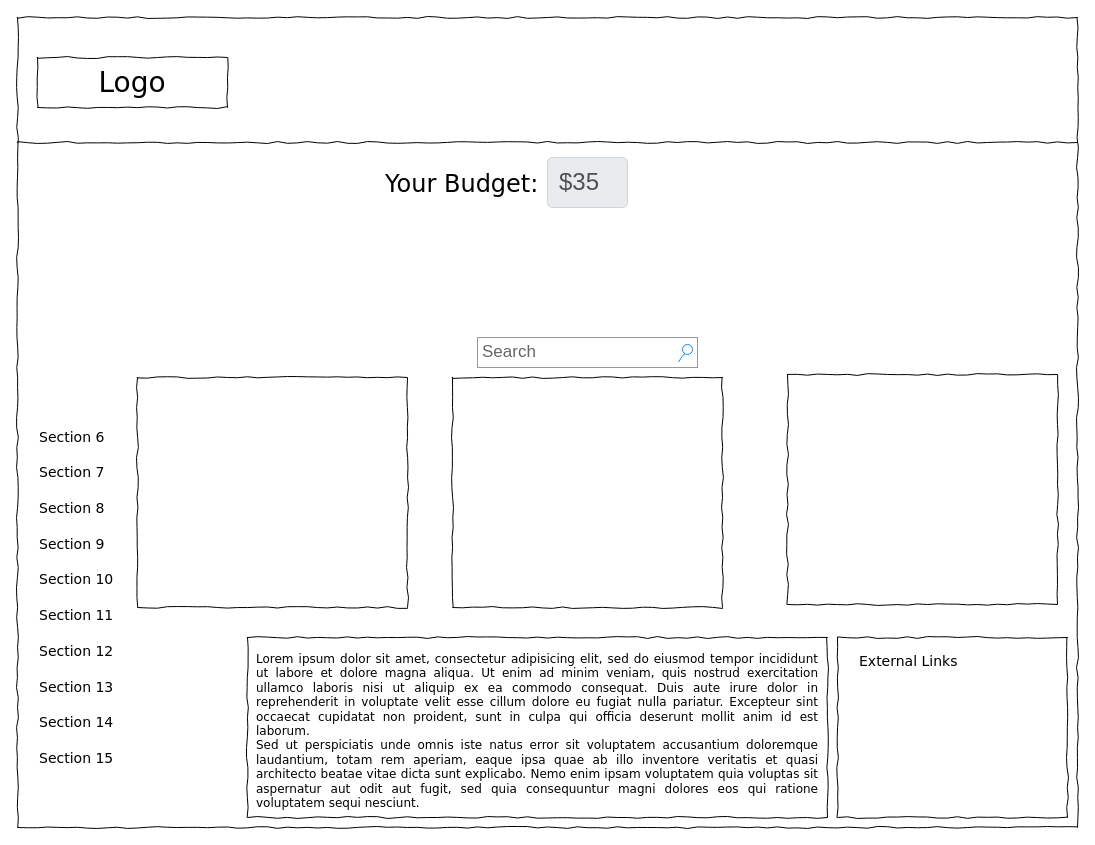
The draw.io diagram Untitled Diagram.drawio in jamesdvance/video_code, before the edit. Source tidied: cells renumbered, new cells numbered last; positions are measured from the earlier drawing's top-left corner, leaving out a move shared by most shapes. Both pictures are drawn from the tidied source at 100%, with x=0, y=0 at pixel (17, 17).
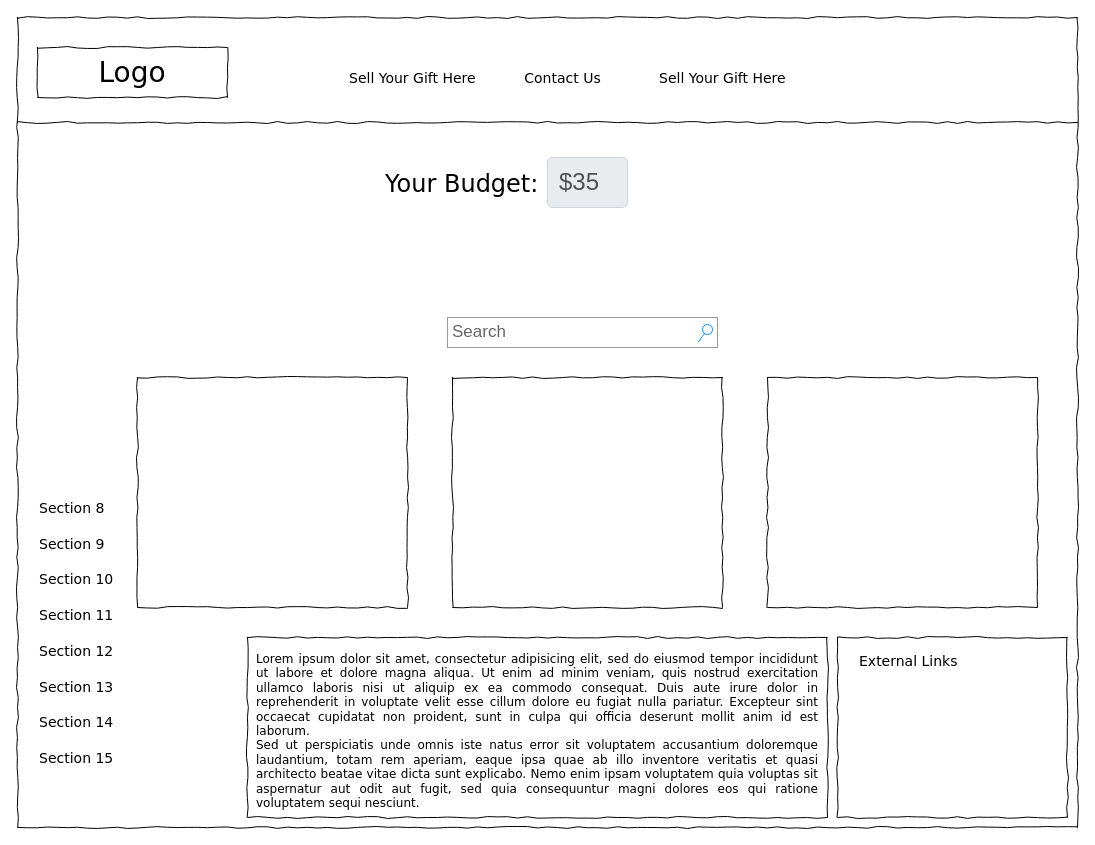
The same diagram, later.

The edit, as a diff of the source:
```diff
@@
     <mxCell id="3" value="Logo" style="whiteSpace=wrap;html=1;rounded=0;shadow=0;labelBackgroundColor=none;strokeWidth=1;fontFamily=Verdana;fontSize=28;align=center;comic=1;" parent="1" vertex="1">
-      <mxGeometry x="20" y="40" width="190" height="50" as="geometry" />
+      <mxGeometry x="20" y="30" width="190" height="50" as="geometry" />
     </mxCell>
     <mxCell id="4" value="Search" style="strokeWidth=1;shadow=0;dashed=0;align=center;html=1;shape=mxgraph.mockup.forms.searchBox;strokeColor=#999999;mainText=;strokeColor2=#008cff;fontColor=#666666;fontSize=17;align=left;spacingLeft=3;rounded=0;labelBackgroundColor=none;comic=1;" parent="1" vertex="1">
-      <mxGeometry x="460" y="320" width="220" height="30" as="geometry" />
+      <mxGeometry x="430" y="300" width="270" height="30" as="geometry" />
     </mxCell>
     <mxCell id="5" style="line;strokeWidth=1;html=1;rounded=0;shadow=0;labelBackgroundColor=none;fillColor=none;fontFamily=Verdana;fontSize=14;fontColor=#000000;align=center;comic=1;" parent="1" vertex="1">
-      <mxGeometry y="120" width="1060" height="10" as="geometry" />
+      <mxGeometry y="100" width="1060" height="10" as="geometry" />
     </mxCell>
@@
-    <mxCell id="9" value="Section 7" style="text;html=1;align=left;verticalAlign=top;spacingTop=-4;fontSize=14;fontFamily=Verdana;" parent="1" vertex="1">
-      <mxGeometry x="20" y="444" width="170" height="20" as="geometry" />
+    <mxCell id="9" value="Sell Your Gift Here" style="text;html=1;align=left;verticalAlign=top;spacingTop=-4;fontSize=14;fontFamily=Verdana;" parent="1" vertex="1">
+      <mxGeometry x="330" y="50" width="170" height="20" as="geometry" />
     </mxCell>
@@
-    <mxCell id="18" value="Section 6" style="text;html=1;align=left;verticalAlign=top;spacingTop=-4;fontSize=14;fontFamily=Verdana;" parent="1" vertex="1">
-      <mxGeometry x="20" y="409" width="170" height="20" as="geometry" />
+    <mxCell id="18" value="Contact Us" style="text;html=1;align=center;verticalAlign=top;spacingTop=-4;fontSize=14;fontFamily=Verdana;" parent="1" vertex="1">
+      <mxGeometry x="460" y="50" width="170" height="20" as="geometry" />
     </mxCell>
@@
     <mxCell id="23" style="whiteSpace=wrap;html=1;rounded=0;shadow=0;labelBackgroundColor=none;strokeWidth=1;fillColor=none;fontFamily=Verdana;fontSize=12;align=center;comic=1;" parent="1" vertex="1">
-      <mxGeometry x="770" y="357" width="270" height="230" as="geometry" />
+      <mxGeometry x="750" y="360" width="270" height="230" as="geometry" />
     </mxCell>
+    <mxCell id="24" value="Sell Your Gift Here" style="text;html=1;align=left;verticalAlign=top;spacingTop=-4;fontSize=14;fontFamily=Verdana;" parent="1" vertex="1">
+      <mxGeometry x="640" y="50" width="170" height="20" as="geometry" />
+    </mxCell>
```
